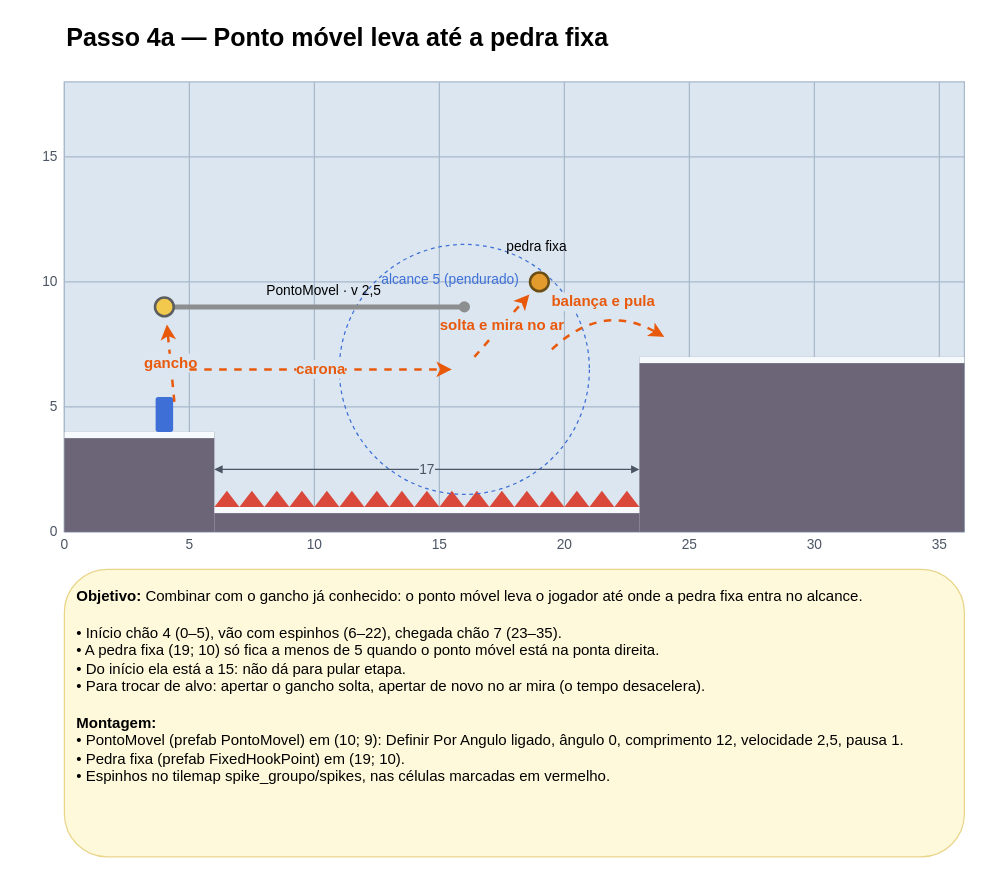
Vertigo-Game/prototipo keeps this draw.io diagram as page "Passo 4a — Ponto móvel leva até a pedra fixa" (5 of 14) of Design/level_design_ponto_movel.drawio. Above is the earlier version. Source tidied: cells renumbered, new cells numbered last; positions are measured from the earlier drawing's top-left corner, leaving out a move shared by most shapes. Both pictures are drawn from the tidied source at 125%, with x=0, y=0 at pixel (21, 21).
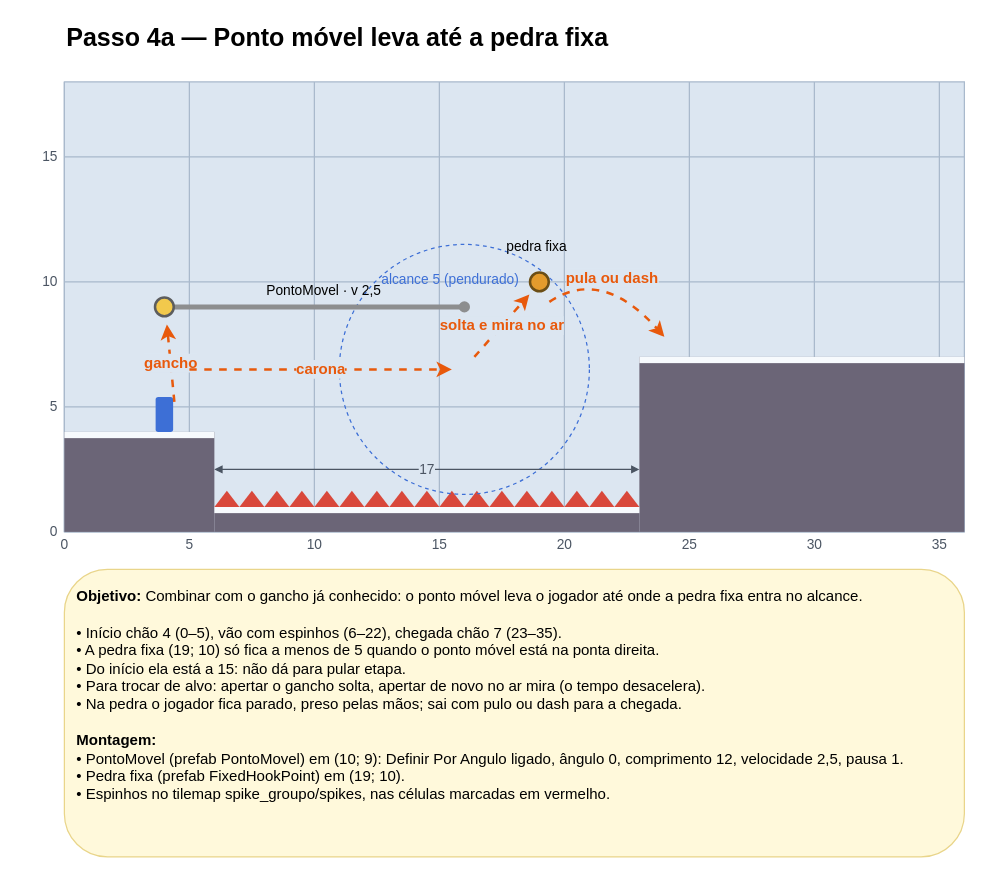
After the change.

Change to the diagram source:
```diff
@@
-    <mxCell id="61" value="balança e pula" style="endArrow=classic;html=1;curved=1;dashed=1;strokeColor=#E8590C;strokeWidth=2;fontSize=12;fontStyle=1;fontColor=#E8590C;labelBackgroundColor=#DCE6F1;" parent="1" edge="1">
+    <mxCell id="61" value="pula ou dash" style="endArrow=classic;html=1;curved=1;dashed=1;strokeColor=#E8590C;strokeWidth=2;fontSize=12;fontStyle=1;fontColor=#E8590C;labelBackgroundColor=#DCE6F1;" parent="1" edge="1">
       <mxGeometry relative="1" as="geometry">
-        <mxPoint x="424" y="262" as="sourcePoint" />
+        <mxPoint x="422" y="224" as="sourcePoint" />
         <mxPoint x="514" y="252" as="targetPoint" />
         <Array as="points">
-          <mxPoint x="464" y="224" />
+          <mxPoint x="464" y="196" />
         </Array>
       </mxGeometry>
     </mxCell>
@@
-    <mxCell id="64" value="&lt;b&gt;Objetivo:&lt;/b&gt; Combinar com o gancho já conhecido: o ponto móvel leva o jogador até onde a pedra fixa entra no alcance.&lt;br&gt;&lt;br&gt;• Início chão 4 (0–5), vão com espinhos (6–22), chegada chão 7 (23–35).&lt;br&gt;• A pedra fixa (19; 10) só fica a menos de 5 quando o ponto móvel está na ponta direita.&lt;br&gt;• Do início ela está a 15: não dá para pular etapa.&lt;br&gt;• Para trocar de alvo: apertar o gancho solta, apertar de novo no ar mira (o tempo desacelera).&lt;br&gt;&lt;br&gt;&lt;b&gt;Montagem:&lt;/b&gt;&lt;br&gt;• PontoMovel (prefab PontoMovel) em (10; 9): Definir Por Angulo ligado, ângulo 0, comprimento 12, velocidade 2,5, pausa 1.&lt;br&gt;• Pedra fixa (prefab FixedHookPoint) em (19; 10).&lt;br&gt;• Espinhos no tilemap spike_groupo/spikes, nas células marcadas em vermelho." style="rounded=1;whiteSpace=wrap;html=1;align=left;verticalAlign=top;spacing=10;fontSize=12;fillColor=#FFF9DB;strokeColor=#E9D58A;" parent="1" vertex="1">
+    <mxCell id="64" value="&lt;b&gt;Objetivo:&lt;/b&gt; Combinar com o gancho já conhecido: o ponto móvel leva o jogador até onde a pedra fixa entra no alcance.&lt;br&gt;&lt;br&gt;• Início chão 4 (0–5), vão com espinhos (6–22), chegada chão 7 (23–35).&lt;br&gt;• A pedra fixa (19; 10) só fica a menos de 5 quando o ponto móvel está na ponta direita.&lt;br&gt;• Do início ela está a 15: não dá para pular etapa.&lt;br&gt;• Para trocar de alvo: apertar o gancho solta, apertar de novo no ar mira (o tempo desacelera).&lt;br&gt;• Na pedra o jogador fica parado, preso pelas mãos; sai com pulo ou dash para a chegada.&lt;br&gt;&lt;br&gt;&lt;b&gt;Montagem:&lt;/b&gt;&lt;br&gt;• PontoMovel (prefab PontoMovel) em (10; 9): Definir Por Angulo ligado, ângulo 0, comprimento 12, velocidade 2,5, pausa 1.&lt;br&gt;• Pedra fixa (prefab FixedHookPoint) em (19; 10).&lt;br&gt;• Espinhos no tilemap spike_groupo/spikes, nas células marcadas em vermelho." style="rounded=1;whiteSpace=wrap;html=1;align=left;verticalAlign=top;spacing=10;fontSize=12;fillColor=#FFF9DB;strokeColor=#E9D58A;" parent="1" vertex="1">
       <mxGeometry x="34" y="438" width="720" height="230" as="geometry" />
     </mxCell>
```
